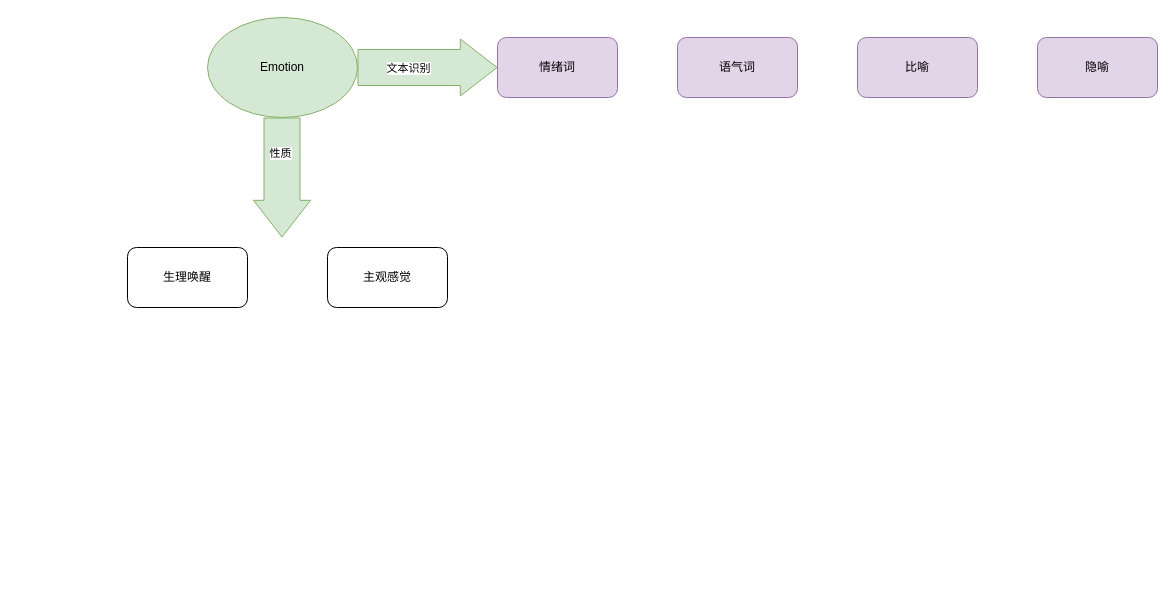
Above: page "情绪情感标注" (3 of 4) of 工作思维导图.drawio in Kylin2020/XIXI (draw.io), before the change. Source tidied: cells renumbered, new cells numbered last; positions are measured from the earlier drawing's top-left corner, leaving out a move shared by most shapes. Both pictures are drawn from the tidied source at 100%, with x=0, y=0 at pixel (127, 17).
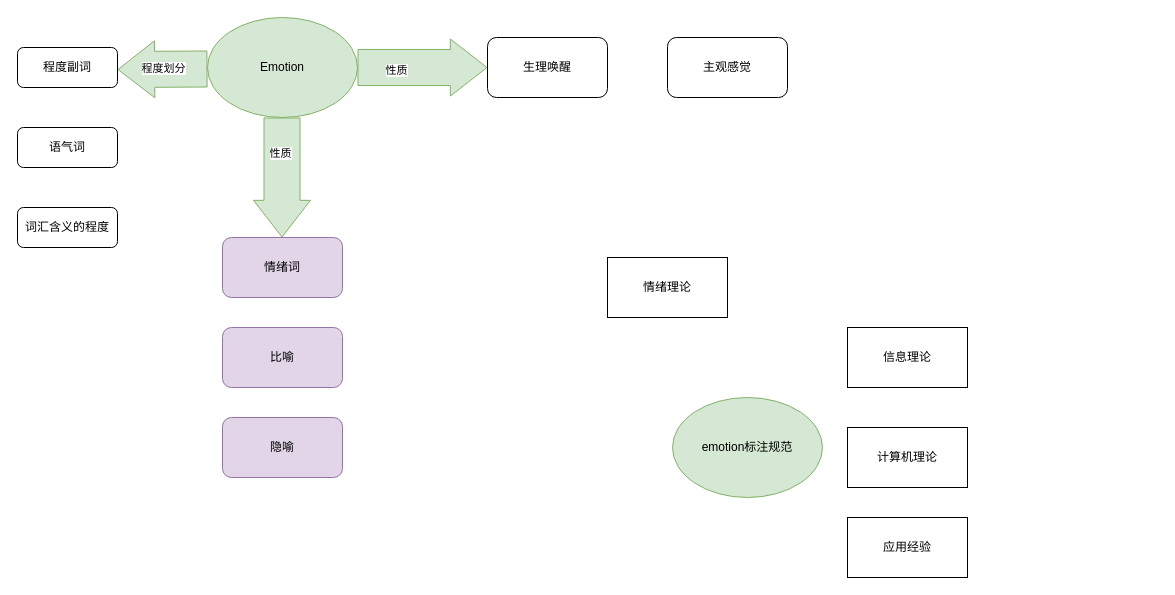
The same diagram, later.

The change refers to these unchanged cells:
```xml
<mxCell id="2" value="Emotion" style="ellipse;whiteSpace=wrap;html=1;fillColor=#d5e8d4;strokeColor=#82b366;" parent="1" vertex="1">
  <mxGeometry x="80" width="150" height="100" as="geometry" />
</mxCell>
```

The edit, as a diff of the source:
```diff
@@
     <mxCell id="3" value="比喻" style="rounded=1;whiteSpace=wrap;html=1;fillColor=#e1d5e7;strokeColor=#9673a6;" parent="1" vertex="1">
-      <mxGeometry x="730" y="20" width="120" height="60" as="geometry" />
+      <mxGeometry x="95" y="310" width="120" height="60" as="geometry" />
     </mxCell>
-    <mxCell id="4" value="语气词" style="rounded=1;whiteSpace=wrap;html=1;fillColor=#e1d5e7;strokeColor=#9673a6;" parent="1" vertex="1">
-      <mxGeometry x="550" y="20" width="120" height="60" as="geometry" />
-    </mxCell>
-    <mxCell id="5" style="shape=flexArrow;endArrow=classic;html=1;width=36;endSize=11.89;fillColor=#d5e8d4;strokeColor=#82b366;" parent="1" edge="1" target="9">
-      <mxGeometry relative="1" as="geometry">
-        <mxPoint x="230" y="50" as="sourcePoint" />
-      </mxGeometry>
-    </mxCell>
-    <mxCell id="6" value="文本识别" style="edgeLabel;html=1;align=center;verticalAlign=middle;" parent="5" vertex="1">
-      <mxGeometry x="-0.41" y="-2" relative="1" as="geometry">
-        <mxPoint x="9" y="-2" as="offset" />
-      </mxGeometry>
-    </mxCell>
@@
-    <mxCell id="9" value="情绪词" style="rounded=1;whiteSpace=wrap;html=1;fillColor=#e1d5e7;strokeColor=#9673a6;" parent="1" vertex="1">
-      <mxGeometry x="370" y="20" width="120" height="60" as="geometry" />
-    </mxCell>
     <mxCell id="10" value="隐喻" style="rounded=1;whiteSpace=wrap;html=1;fillColor=#e1d5e7;strokeColor=#9673a6;" parent="1" vertex="1">
-      <mxGeometry x="910" y="20" width="120" height="60" as="geometry" />
+      <mxGeometry x="95" y="400" width="120" height="60" as="geometry" />
     </mxCell>
     <mxCell id="11" value="生理唤醒" style="rounded=1;whiteSpace=wrap;html=1;" parent="1" vertex="1">
-      <mxGeometry y="230" width="120" height="60" as="geometry" />
+      <mxGeometry x="360" y="20" width="120" height="60" as="geometry" />
     </mxCell>
     <mxCell id="12" value="主观感觉" style="rounded=1;whiteSpace=wrap;html=1;" parent="1" vertex="1">
-      <mxGeometry x="200" y="230" width="120" height="60" as="geometry" />
+      <mxGeometry x="540" y="20" width="120" height="60" as="geometry" />
     </mxCell>
+    <mxCell id="13" style="shape=flexArrow;endArrow=classic;html=1;width=36;endSize=11.89;fillColor=#d5e8d4;strokeColor=#82b366;" parent="1" edge="1">
+      <mxGeometry relative="1" as="geometry">
+        <mxPoint x="80" y="51.5" as="sourcePoint" />
+        <mxPoint x="-10" y="52" as="targetPoint" />
+      </mxGeometry>
+    </mxCell>
+    <mxCell id="14" value="程度划分" style="edgeLabel;html=1;align=center;verticalAlign=middle;" parent="13" vertex="1">
+      <mxGeometry x="-0.41" y="-2" relative="1" as="geometry">
+        <mxPoint x="-17" y="0.4" as="offset" />
+      </mxGeometry>
+    </mxCell>
+    <mxCell id="15" value="程度副词" style="rounded=1;whiteSpace=wrap;html=1;" parent="1" vertex="1">
+      <mxGeometry x="-110" y="30" width="100" height="40" as="geometry" />
+    </mxCell>
+    <mxCell id="4" value="语气词" style="rounded=1;whiteSpace=wrap;html=1;" parent="1" vertex="1">
+      <mxGeometry x="-110" y="110" width="100" height="40" as="geometry" />
+    </mxCell>
+    <mxCell id="16" value="词汇含义的程度" style="rounded=1;whiteSpace=wrap;html=1;" parent="1" vertex="1">
+      <mxGeometry x="-110" y="190" width="100" height="40" as="geometry" />
+    </mxCell>
+    <mxCell id="9" value="情绪词" style="rounded=1;whiteSpace=wrap;html=1;fillColor=#e1d5e7;strokeColor=#9673a6;" parent="1" vertex="1">
+      <mxGeometry x="95" y="220" width="120" height="60" as="geometry" />
+    </mxCell>
+    <mxCell id="17" value="情绪理论" style="rounded=0;whiteSpace=wrap;html=1;" parent="1" vertex="1">
+      <mxGeometry x="480" y="240" width="120" height="60" as="geometry" />
+    </mxCell>
+    <mxCell id="18" value="应用经验" style="rounded=0;whiteSpace=wrap;html=1;" parent="1" vertex="1">
+      <mxGeometry x="720" y="500" width="120" height="60" as="geometry" />
+    </mxCell>
+    <mxCell id="19" value="计算机理论" style="rounded=0;whiteSpace=wrap;html=1;" parent="1" vertex="1">
+      <mxGeometry x="720" y="410" width="120" height="60" as="geometry" />
+    </mxCell>
+    <mxCell id="20" value="信息理论" style="rounded=0;whiteSpace=wrap;html=1;" parent="1" vertex="1">
+      <mxGeometry x="720" y="310" width="120" height="60" as="geometry" />
+    </mxCell>
+    <mxCell id="21" value="emotion标注规范" style="ellipse;whiteSpace=wrap;html=1;fillColor=#d5e8d4;strokeColor=#82b366;" parent="1" vertex="1">
+      <mxGeometry x="545" y="380" width="150" height="100" as="geometry" />
+    </mxCell>
+    <mxCell id="22" style="shape=flexArrow;endArrow=classic;html=1;width=36;endSize=11.89;fillColor=#d5e8d4;strokeColor=#82b366;exitX=1;exitY=0.5;exitDx=0;exitDy=0;" parent="1" edge="1" source="2" target="11">
+      <mxGeometry relative="1" as="geometry" />
+    </mxCell>
+    <mxCell id="23" value="性质" style="edgeLabel;html=1;align=center;verticalAlign=middle;" parent="22" vertex="1">
+      <mxGeometry x="-0.41" y="-2" relative="1" as="geometry" />
+    </mxCell>
```
